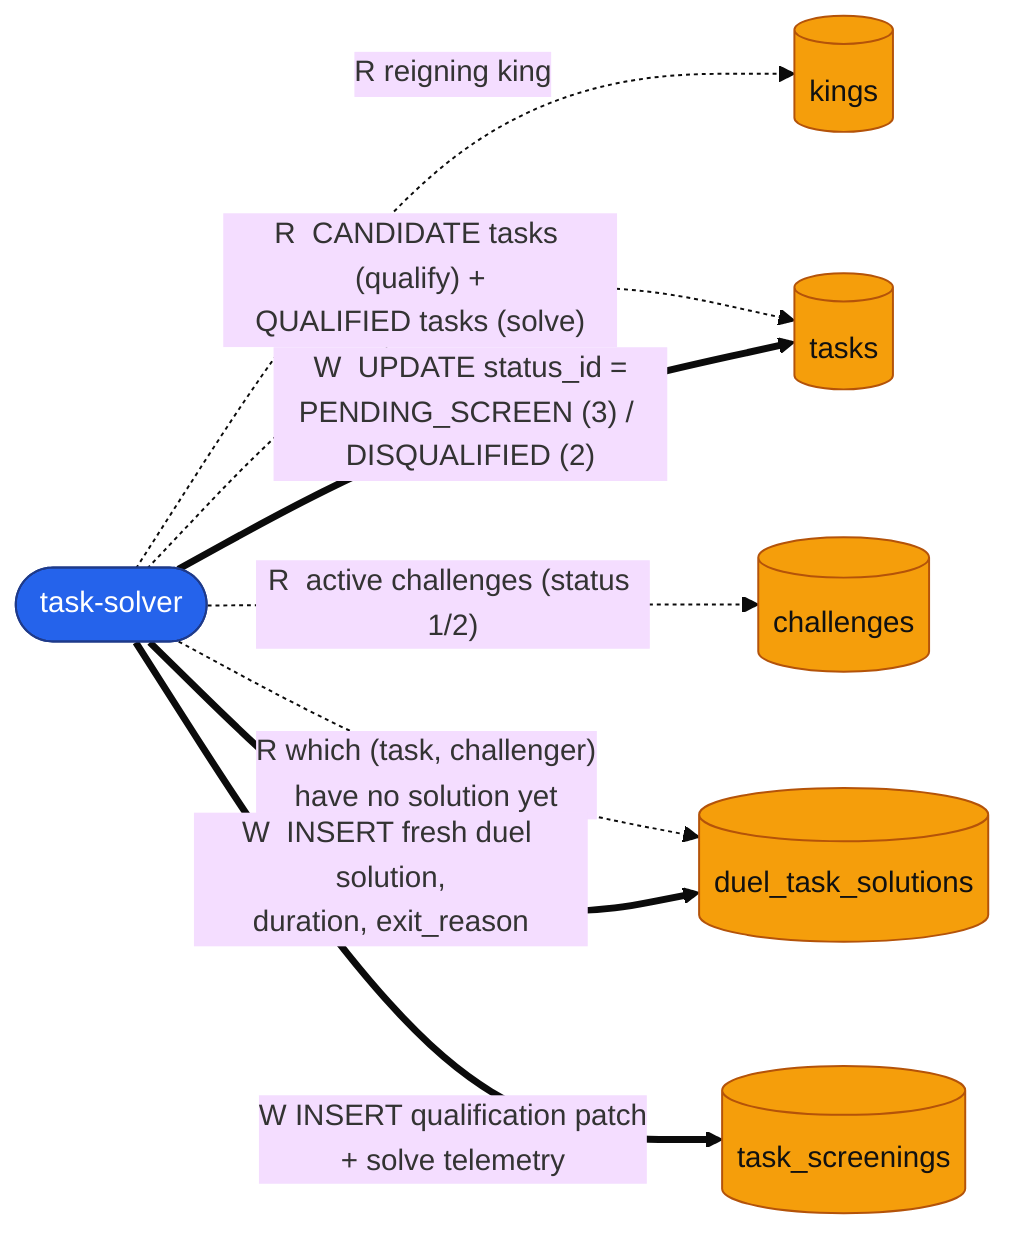
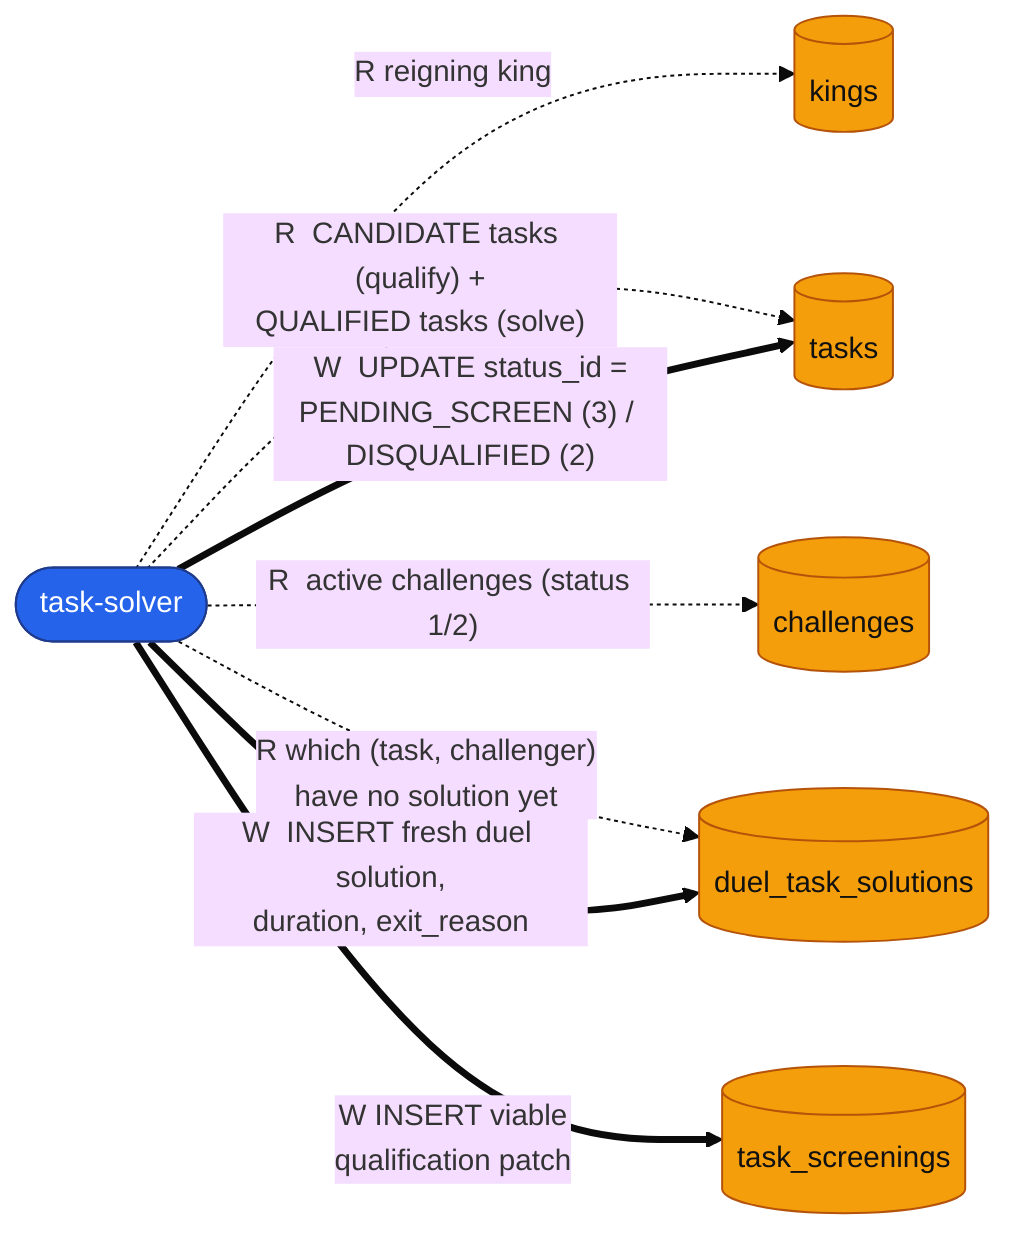
%%{init: {"theme": "base", "themeVariables": {"fontSize": "15px"}}}%%
flowchart LR
    ts(["task-solver"])
    kings[("kings")]
    tasks[("tasks")]
    chal[("challenges")]
    screen[("task_screenings")]
    tsol[("duel_task_solutions")]

    ts -. "R  reigning king" .-> kings
    ts -. "R  CANDIDATE tasks (qualify) +<br/>QUALIFIED tasks (solve)" .-> tasks
    ts -. "R  active challenges (status 1/2)" .-> chal
    ts -. "R  which (task, challenger)<br/>have no solution yet" .-> tsol
    ts == "W  UPDATE status_id =<br/>PENDING_SCREEN (3) / DISQUALIFIED (2)" ==> tasks
-     ts == "W  INSERT qualification patch<br/>+ solve telemetry" ==> screen
+     ts == "W  INSERT viable<br/>qualification patch" ==> screen
    ts == "W  INSERT fresh duel solution,<br/>duration, exit_reason" ==> tsol

    classDef worker fill:#2563eb,stroke:#1e3a8a,color:#fff;
    classDef store fill:#f59e0b,stroke:#b45309,color:#111;
    class ts worker;
    class kings,tasks,chal,screen,tsol store;
